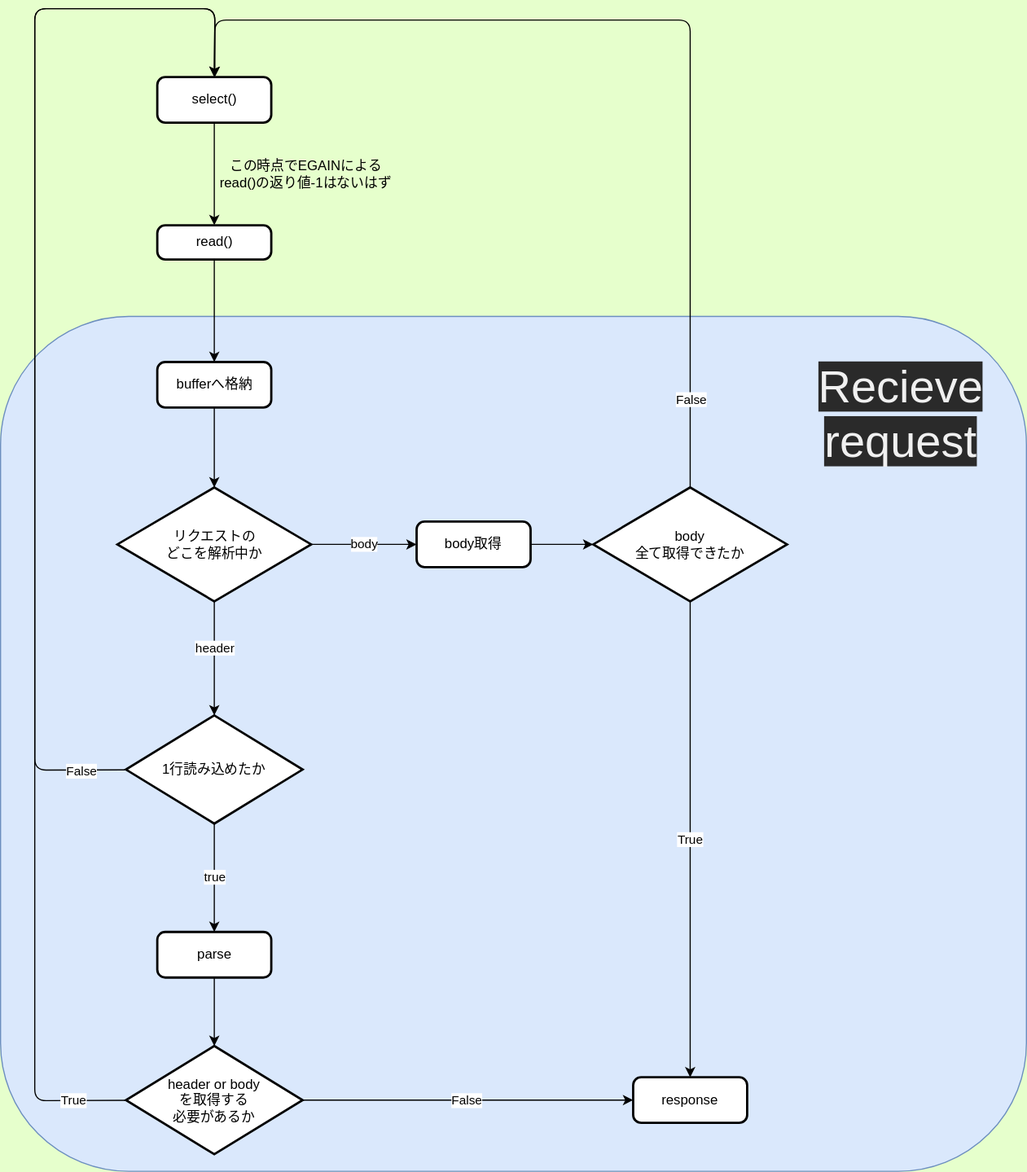
Above: drawing/recieve_request.drawio.svg in kohkubo/webserv (draw.io), before the change. Source tidied: cells renumbered, new cells last; positions are measured from the earlier drawing's top-left corner, leaving out a move shared by most shapes.
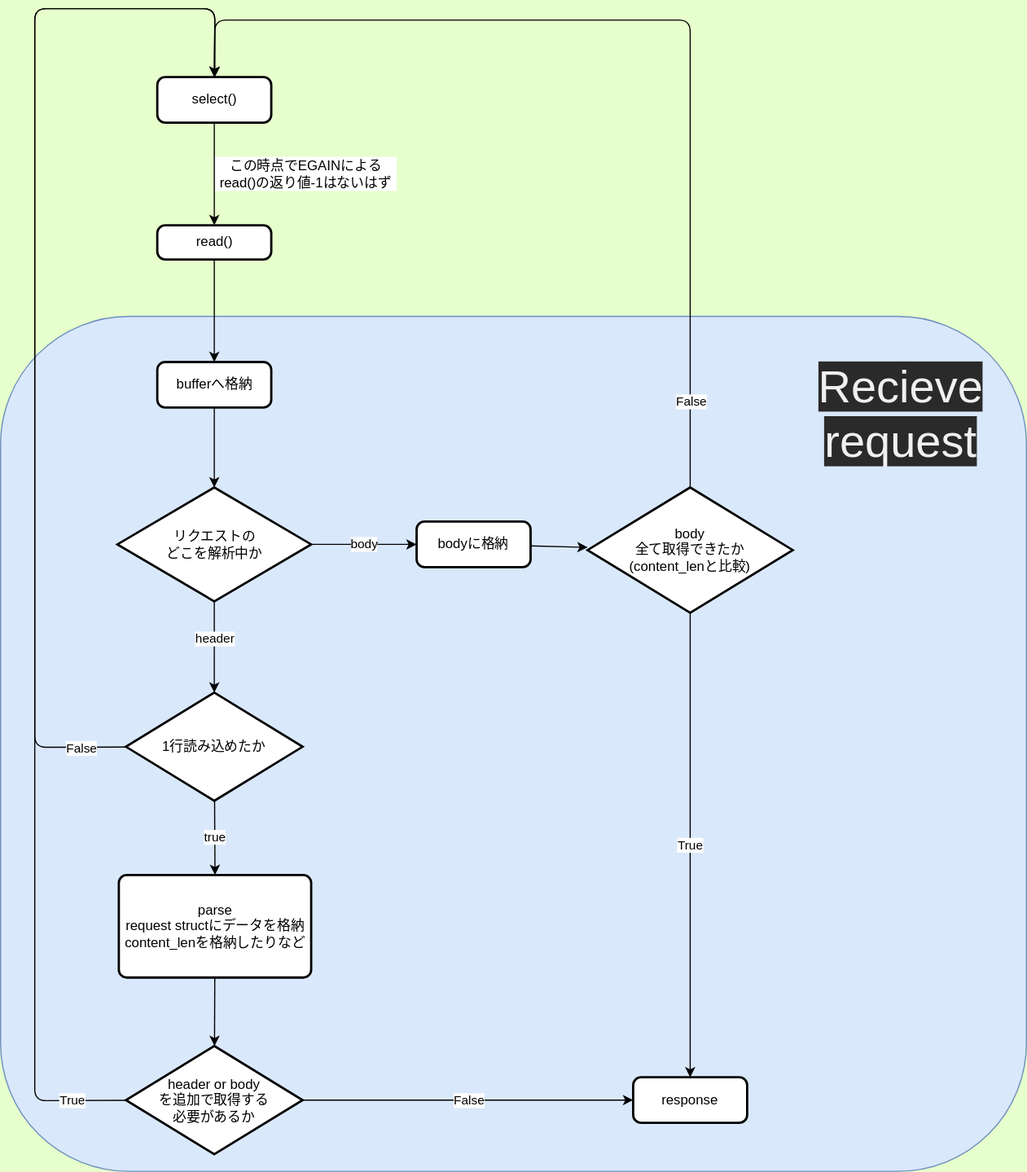
Later version of the same file.

Commit message:
リクエストのレシーブ追加

Diff of the diagram source:
```diff
@@ -5,7 +5,7 @@
     <mxCell id="2" style="rounded=1;whiteSpace=wrap;html=1;fillColor=#dae8fc;strokeColor=#6c8ebf;" parent="1" vertex="1">
       <mxGeometry y="270" width="900" height="750" as="geometry" />
     </mxCell>
-    <mxCell id="3" value="この時点でEGAINによる&lt;br&gt;read()の返り値-1はないはず" style="text;html=1;strokeColor=none;fillColor=none;align=center;verticalAlign=middle;whiteSpace=wrap;rounded=0;" parent="1" vertex="1">
+    <mxCell id="3" value="この時点でEGAINによる&lt;br&gt;read()の返り値-1はないはず" style="text;html=1;align=center;verticalAlign=middle;whiteSpace=wrap;rounded=0;fillColor=default;" parent="1" vertex="1">
       <mxGeometry x="187.5" y="130" width="160" height="30" as="geometry" />
     </mxCell>
     <mxCell id="4" value="true" style="edgeStyle=none;html=1;entryX=0.5;entryY=0;entryDx=0;entryDy=0;strokeColor=#000000;" parent="1" edge="1" source="7" target="13">
@@ -14,7 +14,7 @@
     <mxCell id="5" style="edgeStyle=none;html=1;entryX=0.5;entryY=0;entryDx=0;entryDy=0;strokeColor=#000000;" parent="1" edge="1" source="7" target="9">
       <mxGeometry relative="1" as="geometry">
         <Array as="points">
-          <mxPoint x="30" y="668" />
+          <mxPoint x="30" y="648" />
           <mxPoint x="30" />
           <mxPoint x="188" />
         </Array>
@@ -26,7 +26,7 @@
       </mxGeometry>
     </mxCell>
     <mxCell id="7" value="1行読み込めたか" style="strokeWidth=2;html=1;shape=mxgraph.flowchart.decision;whiteSpace=wrap;" parent="1" vertex="1">
-      <mxGeometry x="110" y="620" width="155" height="95" as="geometry" />
+      <mxGeometry x="110" y="600" width="155" height="95" as="geometry" />
     </mxCell>
     <mxCell id="8" style="edgeStyle=none;html=1;entryX=0.5;entryY=0;entryDx=0;entryDy=0;strokeColor=#000000;" parent="1" edge="1" source="9" target="11">
       <mxGeometry relative="1" as="geometry" />
@@ -43,8 +43,8 @@
     <mxCell id="12" style="edgeStyle=none;html=1;strokeColor=#000000;" parent="1" edge="1" source="13" target="30">
       <mxGeometry relative="1" as="geometry" />
     </mxCell>
-    <mxCell id="13" value="parse" style="rounded=1;whiteSpace=wrap;html=1;absoluteArcSize=1;arcSize=14;strokeWidth=2;" parent="1" vertex="1">
-      <mxGeometry x="137.5" y="810" width="100" height="40" as="geometry" />
+    <mxCell id="13" value="parse&lt;br&gt;request structにデータを格納&lt;br&gt;content_lenを格納したりなど" style="rounded=1;whiteSpace=wrap;html=1;absoluteArcSize=1;arcSize=14;strokeWidth=2;" parent="1" vertex="1">
+      <mxGeometry x="103.8" y="760" width="168.8" height="90" as="geometry" />
     </mxCell>
     <mxCell id="14" style="edgeStyle=none;html=1;entryX=0.5;entryY=0;entryDx=0;entryDy=0;entryPerimeter=0;strokeColor=#000000;" parent="1" edge="1" source="15" target="19">
       <mxGeometry relative="1" as="geometry" />
@@ -67,7 +67,7 @@
     <mxCell id="20" style="edgeStyle=none;html=1;strokeColor=#000000;" parent="1" edge="1" source="21" target="25">
       <mxGeometry relative="1" as="geometry" />
     </mxCell>
-    <mxCell id="21" value="body取得" style="rounded=1;whiteSpace=wrap;html=1;absoluteArcSize=1;arcSize=14;strokeWidth=2;" parent="1" vertex="1">
+    <mxCell id="21" value="bodyに格納" style="rounded=1;whiteSpace=wrap;html=1;absoluteArcSize=1;arcSize=14;strokeWidth=2;" parent="1" vertex="1">
       <mxGeometry x="365" y="450" width="100" height="40" as="geometry" />
     </mxCell>
     <mxCell id="22" style="edgeStyle=none;html=1;entryX=0.5;entryY=0;entryDx=0;entryDy=0;strokeColor=#000000;" parent="1" edge="1" source="25" target="9">
@@ -86,8 +86,8 @@
     <mxCell id="24" value="True" style="edgeStyle=none;html=1;strokeColor=#000000;" parent="1" edge="1" source="25" target="26">
       <mxGeometry relative="1" as="geometry" />
     </mxCell>
-    <mxCell id="25" value="body&lt;br&gt;全て取得できたか" style="strokeWidth=2;html=1;shape=mxgraph.flowchart.decision;whiteSpace=wrap;" parent="1" vertex="1">
-      <mxGeometry x="520" y="420" width="170" height="100" as="geometry" />
+    <mxCell id="25" value="body&lt;br&gt;全て取得できたか&lt;br&gt;(content_lenと比較)" style="strokeWidth=2;html=1;shape=mxgraph.flowchart.decision;whiteSpace=wrap;" parent="1" vertex="1">
+      <mxGeometry x="515" y="420" width="180" height="110" as="geometry" />
     </mxCell>
     <mxCell id="26" value="response" style="rounded=1;whiteSpace=wrap;html=1;absoluteArcSize=1;arcSize=14;strokeWidth=2;" parent="1" vertex="1">
       <mxGeometry x="555" y="937.5" width="100" height="40" as="geometry" />
@@ -108,7 +108,7 @@
     <mxCell id="29" value="False" style="edgeStyle=none;html=1;strokeColor=#000000;" parent="1" edge="1" source="30" target="26">
       <mxGeometry relative="1" as="geometry" />
     </mxCell>
-    <mxCell id="30" value="header or body&lt;br&gt;を取得する&lt;br&gt;必要があるか" style="strokeWidth=2;html=1;shape=mxgraph.flowchart.decision;whiteSpace=wrap;" parent="1" vertex="1">
+    <mxCell id="30" value="header or body&lt;br&gt;を追加で取得する&lt;br&gt;必要があるか" style="strokeWidth=2;html=1;shape=mxgraph.flowchart.decision;whiteSpace=wrap;" parent="1" vertex="1">
       <mxGeometry x="110" y="910" width="155" height="95" as="geometry" />
     </mxCell>
     <mxCell id="31" value="&lt;span style=&quot;color: rgb(240 , 240 , 240) ; font-family: &amp;#34;helvetica&amp;#34; ; font-size: 40px ; font-style: normal ; font-weight: 400 ; letter-spacing: normal ; text-align: center ; text-indent: 0px ; text-transform: none ; word-spacing: 0px ; background-color: rgb(42 , 42 , 42) ; display: inline ; float: none&quot;&gt;Recieve&lt;br&gt;request&lt;br&gt;&lt;/span&gt;" style="text;html=1;strokeColor=none;fillColor=none;align=center;verticalAlign=middle;whiteSpace=wrap;rounded=0;fontSize=40;" parent="1" vertex="1">
```
